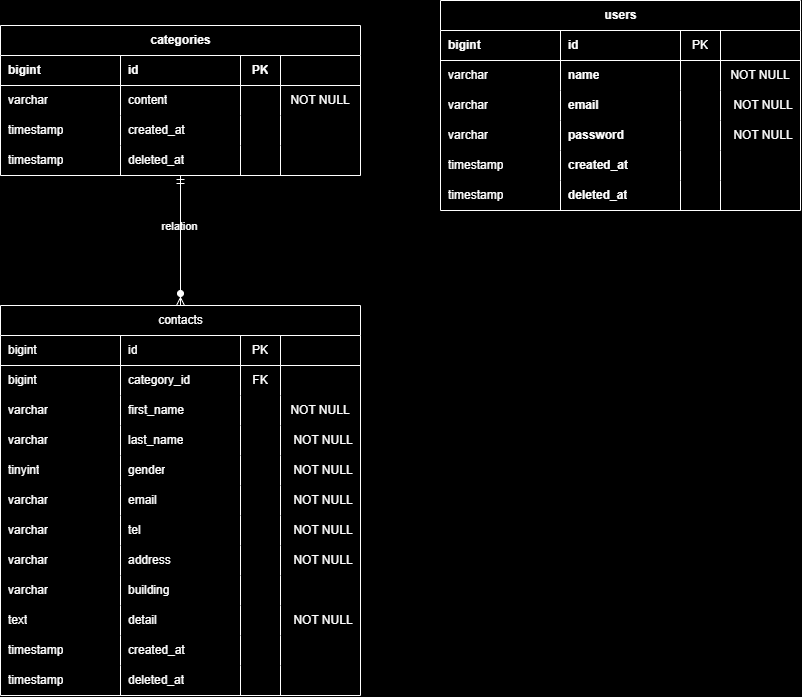
Above: index.png in shiro03shiro/test_contact-form (draw.io), before the change. Source tidied: cells renumbered, new cells last; positions are measured from the earlier drawing's top-left corner, leaving out a move shared by most shapes.
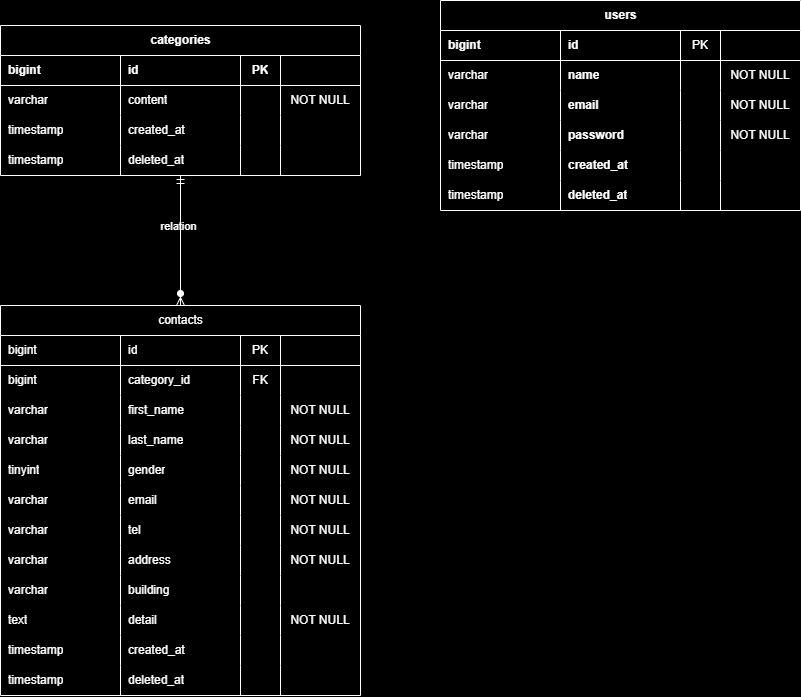
The same file after the commit.

Diff of the diagram source:
```diff
@@ -125,7 +125,7 @@
     <mxCell id="42" style="shape=partialRectangle;fillColor=none;top=0;left=0;bottom=0;right=0;align=center;spacingLeft=6;overflow=hidden;whiteSpace=wrap;html=1;strokeColor=#FFFFFF;verticalAlign=middle;swimlaneFillColor=none;fontColor=#FFFFFF;" parent="39" vertex="1">
       <mxGeometry x="240" width="40" height="30" as="geometry" />
     </mxCell>
-    <mxCell id="43" value="NOT NULL" style="shape=partialRectangle;fillColor=none;top=0;left=0;bottom=0;right=0;align=center;spacingLeft=6;overflow=hidden;whiteSpace=wrap;html=1;strokeColor=#FFFFFF;verticalAlign=middle;swimlaneFillColor=none;fontColor=#FFFFFF;" parent="39" vertex="1">
+    <mxCell id="43" value="NOT NULL" style="shape=partialRectangle;fillColor=none;top=0;left=0;bottom=0;right=0;align=center;spacingLeft=0;overflow=hidden;whiteSpace=wrap;html=1;strokeColor=#FFFFFF;verticalAlign=middle;swimlaneFillColor=none;fontColor=#FFFFFF;" parent="39" vertex="1">
       <mxGeometry x="280" width="80" height="30" as="geometry" />
     </mxCell>
     <mxCell id="44" style="shape=tableRow;horizontal=0;startSize=0;swimlaneHead=0;swimlaneBody=0;fillColor=none;top=0;left=0;right=0;bottom=0;strokeColor=#FFFFFF;align=center;verticalAlign=middle;swimlaneFillColor=none;fontColor=#FFFFFF;" parent="23" vertex="1">
@@ -140,7 +140,7 @@
     <mxCell id="47" style="shape=partialRectangle;fillColor=none;top=0;left=0;bottom=0;right=0;align=center;spacingLeft=6;overflow=hidden;whiteSpace=wrap;html=1;strokeColor=#FFFFFF;verticalAlign=middle;swimlaneFillColor=none;fontColor=#FFFFFF;" parent="44" vertex="1">
       <mxGeometry x="240" width="40" height="30" as="geometry" />
     </mxCell>
-    <mxCell id="48" value="NOT NULL" style="shape=partialRectangle;fillColor=none;top=0;left=0;bottom=0;right=0;align=center;spacingLeft=6;overflow=hidden;whiteSpace=wrap;html=1;strokeColor=#FFFFFF;verticalAlign=middle;swimlaneFillColor=none;fontColor=#FFFFFF;" parent="44" vertex="1">
+    <mxCell id="48" value="NOT NULL" style="shape=partialRectangle;fillColor=none;top=0;left=0;bottom=0;right=0;align=center;spacingLeft=0;overflow=hidden;whiteSpace=wrap;html=1;strokeColor=#FFFFFF;verticalAlign=middle;swimlaneFillColor=none;fontColor=#FFFFFF;" parent="44" vertex="1">
       <mxGeometry x="280" width="80" height="30" as="geometry" />
     </mxCell>
     <mxCell id="49" style="shape=tableRow;horizontal=0;startSize=0;swimlaneHead=0;swimlaneBody=0;fillColor=none;top=0;left=0;right=0;bottom=0;strokeColor=#FFFFFF;align=center;verticalAlign=middle;swimlaneFillColor=none;fontColor=#FFFFFF;" parent="23" vertex="1">
@@ -155,7 +155,7 @@
     <mxCell id="52" style="shape=partialRectangle;fillColor=none;top=0;left=0;bottom=0;right=0;align=center;spacingLeft=6;overflow=hidden;whiteSpace=wrap;html=1;strokeColor=#FFFFFF;verticalAlign=middle;swimlaneFillColor=none;fontColor=#FFFFFF;" parent="49" vertex="1">
       <mxGeometry x="240" width="40" height="30" as="geometry" />
     </mxCell>
-    <mxCell id="53" value="NOT NULL" style="shape=partialRectangle;fillColor=none;top=0;left=0;bottom=0;right=0;align=center;spacingLeft=6;overflow=hidden;whiteSpace=wrap;html=1;strokeColor=#FFFFFF;verticalAlign=middle;swimlaneFillColor=none;fontColor=#FFFFFF;" parent="49" vertex="1">
+    <mxCell id="53" value="NOT NULL" style="shape=partialRectangle;fillColor=none;top=0;left=0;bottom=0;right=0;align=center;spacingLeft=0;overflow=hidden;whiteSpace=wrap;html=1;strokeColor=#FFFFFF;verticalAlign=middle;swimlaneFillColor=none;fontColor=#FFFFFF;" parent="49" vertex="1">
       <mxGeometry x="280" width="80" height="30" as="geometry" />
     </mxCell>
     <mxCell id="54" style="shape=tableRow;horizontal=0;startSize=0;swimlaneHead=0;swimlaneBody=0;fillColor=none;top=0;left=0;right=0;bottom=0;strokeColor=#FFFFFF;align=center;verticalAlign=middle;swimlaneFillColor=none;fontColor=#FFFFFF;" parent="23" vertex="1">
@@ -170,7 +170,7 @@
     <mxCell id="57" style="shape=partialRectangle;fillColor=none;top=0;left=0;bottom=0;right=0;align=center;spacingLeft=6;overflow=hidden;whiteSpace=wrap;html=1;strokeColor=#FFFFFF;verticalAlign=middle;swimlaneFillColor=none;fontColor=#FFFFFF;" parent="54" vertex="1">
       <mxGeometry x="240" width="40" height="30" as="geometry" />
     </mxCell>
-    <mxCell id="58" value="NOT NULL" style="shape=partialRectangle;fillColor=none;top=0;left=0;bottom=0;right=0;align=center;spacingLeft=6;overflow=hidden;whiteSpace=wrap;html=1;strokeColor=#FFFFFF;verticalAlign=middle;swimlaneFillColor=none;fontColor=#FFFFFF;" parent="54" vertex="1">
+    <mxCell id="58" value="NOT NULL" style="shape=partialRectangle;fillColor=none;top=0;left=0;bottom=0;right=0;align=center;spacingLeft=0;overflow=hidden;whiteSpace=wrap;html=1;strokeColor=#FFFFFF;verticalAlign=middle;swimlaneFillColor=none;fontColor=#FFFFFF;" parent="54" vertex="1">
       <mxGeometry x="280" width="80" height="30" as="geometry" />
     </mxCell>
     <mxCell id="59" style="shape=tableRow;horizontal=0;startSize=0;swimlaneHead=0;swimlaneBody=0;fillColor=none;top=0;left=0;right=0;bottom=0;strokeColor=#FFFFFF;align=center;verticalAlign=middle;swimlaneFillColor=none;fontColor=#FFFFFF;" parent="23" vertex="1">
@@ -185,7 +185,7 @@
     <mxCell id="62" style="shape=partialRectangle;fillColor=none;top=0;left=0;bottom=0;right=0;align=center;spacingLeft=6;overflow=hidden;whiteSpace=wrap;html=1;strokeColor=#FFFFFF;verticalAlign=middle;swimlaneFillColor=none;fontColor=#FFFFFF;" parent="59" vertex="1">
       <mxGeometry x="240" width="40" height="30" as="geometry" />
     </mxCell>
-    <mxCell id="63" value="NOT NULL" style="shape=partialRectangle;fillColor=none;top=0;left=0;bottom=0;right=0;align=center;spacingLeft=6;overflow=hidden;whiteSpace=wrap;html=1;strokeColor=#FFFFFF;verticalAlign=middle;swimlaneFillColor=none;fontColor=#FFFFFF;" parent="59" vertex="1">
+    <mxCell id="63" value="NOT NULL" style="shape=partialRectangle;fillColor=none;top=0;left=0;bottom=0;right=0;align=center;spacingLeft=0;overflow=hidden;whiteSpace=wrap;html=1;strokeColor=#FFFFFF;verticalAlign=middle;swimlaneFillColor=none;fontColor=#FFFFFF;" parent="59" vertex="1">
       <mxGeometry x="280" width="80" height="30" as="geometry" />
     </mxCell>
     <mxCell id="64" style="shape=tableRow;horizontal=0;startSize=0;swimlaneHead=0;swimlaneBody=0;fillColor=none;top=0;left=0;right=0;bottom=0;strokeColor=#FFFFFF;align=center;verticalAlign=middle;swimlaneFillColor=none;fontColor=#FFFFFF;" parent="23" vertex="1">
@@ -200,7 +200,7 @@
     <mxCell id="67" style="shape=partialRectangle;fillColor=none;top=0;left=0;bottom=0;right=0;align=center;spacingLeft=6;overflow=hidden;whiteSpace=wrap;html=1;strokeColor=#FFFFFF;verticalAlign=middle;swimlaneFillColor=none;fontColor=#FFFFFF;" parent="64" vertex="1">
       <mxGeometry x="240" width="40" height="30" as="geometry" />
     </mxCell>
-    <mxCell id="68" style="shape=partialRectangle;fillColor=none;top=0;left=0;bottom=0;right=0;align=center;spacingLeft=6;overflow=hidden;whiteSpace=wrap;html=1;strokeColor=#FFFFFF;verticalAlign=middle;swimlaneFillColor=none;fontColor=#FFFFFF;" parent="64" vertex="1">
+    <mxCell id="68" style="shape=partialRectangle;fillColor=none;top=0;left=0;bottom=0;right=0;align=center;spacingLeft=0;overflow=hidden;whiteSpace=wrap;html=1;strokeColor=#FFFFFF;verticalAlign=middle;swimlaneFillColor=none;fontColor=#FFFFFF;" parent="64" vertex="1">
       <mxGeometry x="280" width="80" height="30" as="geometry" />
     </mxCell>
     <mxCell id="69" style="shape=tableRow;horizontal=0;startSize=0;swimlaneHead=0;swimlaneBody=0;fillColor=none;top=0;left=0;right=0;bottom=0;strokeColor=#FFFFFF;align=center;verticalAlign=middle;swimlaneFillColor=none;fontColor=#FFFFFF;" parent="23" vertex="1">
@@ -215,7 +215,7 @@
     <mxCell id="72" style="shape=partialRectangle;fillColor=none;top=0;left=0;bottom=0;right=0;align=center;spacingLeft=6;overflow=hidden;whiteSpace=wrap;html=1;strokeColor=#FFFFFF;verticalAlign=middle;swimlaneFillColor=none;fontColor=#FFFFFF;" parent="69" vertex="1">
       <mxGeometry x="240" width="40" height="30" as="geometry" />
     </mxCell>
-    <mxCell id="73" value="NOT NULL" style="shape=partialRectangle;fillColor=none;top=0;left=0;bottom=0;right=0;align=center;spacingLeft=6;overflow=hidden;whiteSpace=wrap;html=1;strokeColor=#FFFFFF;verticalAlign=middle;swimlaneFillColor=none;fontColor=#FFFFFF;" parent="69" vertex="1">
+    <mxCell id="73" value="NOT NULL" style="shape=partialRectangle;fillColor=none;top=0;left=0;bottom=0;right=0;align=center;spacingLeft=0;overflow=hidden;whiteSpace=wrap;html=1;strokeColor=#FFFFFF;verticalAlign=middle;swimlaneFillColor=none;fontColor=#FFFFFF;" parent="69" vertex="1">
       <mxGeometry x="280" width="80" height="30" as="geometry" />
     </mxCell>
     <mxCell id="74" style="shape=tableRow;horizontal=0;startSize=0;swimlaneHead=0;swimlaneBody=0;fillColor=none;top=0;left=0;right=0;bottom=0;strokeColor=#FFFFFF;align=center;verticalAlign=middle;swimlaneFillColor=none;fontColor=#FFFFFF;" parent="23" vertex="1">
@@ -230,7 +230,7 @@
     <mxCell id="77" style="shape=partialRectangle;fillColor=none;top=0;left=0;bottom=0;right=0;align=center;spacingLeft=6;overflow=hidden;whiteSpace=wrap;html=1;strokeColor=#FFFFFF;verticalAlign=middle;swimlaneFillColor=none;fontColor=#FFFFFF;" parent="74" vertex="1">
       <mxGeometry x="240" width="40" height="30" as="geometry" />
     </mxCell>
-    <mxCell id="78" style="shape=partialRectangle;fillColor=none;top=0;left=0;bottom=0;right=0;align=center;spacingLeft=6;overflow=hidden;whiteSpace=wrap;html=1;strokeColor=#FFFFFF;verticalAlign=middle;swimlaneFillColor=none;fontColor=#FFFFFF;" parent="74" vertex="1">
+    <mxCell id="78" style="shape=partialRectangle;fillColor=none;top=0;left=0;bottom=0;right=0;align=center;spacingLeft=0;overflow=hidden;whiteSpace=wrap;html=1;strokeColor=#FFFFFF;verticalAlign=middle;swimlaneFillColor=none;fontColor=#FFFFFF;" parent="74" vertex="1">
       <mxGeometry x="280" width="80" height="30" as="geometry" />
     </mxCell>
     <mxCell id="79" style="shape=tableRow;horizontal=0;startSize=0;swimlaneHead=0;swimlaneBody=0;fillColor=none;top=0;left=0;right=0;bottom=0;strokeColor=#FFFFFF;align=center;verticalAlign=middle;swimlaneFillColor=none;fontColor=#FFFFFF;" parent="23" vertex="1">
@@ -245,7 +245,7 @@
     <mxCell id="82" style="shape=partialRectangle;fillColor=none;top=0;left=0;bottom=0;right=0;align=center;spacingLeft=6;overflow=hidden;whiteSpace=wrap;html=1;strokeColor=#FFFFFF;verticalAlign=middle;swimlaneFillColor=none;fontColor=#FFFFFF;" parent="79" vertex="1">
       <mxGeometry x="240" width="40" height="30" as="geometry" />
     </mxCell>
-    <mxCell id="83" style="shape=partialRectangle;fillColor=none;top=0;left=0;bottom=0;right=0;align=center;spacingLeft=6;overflow=hidden;whiteSpace=wrap;html=1;strokeColor=#FFFFFF;verticalAlign=middle;swimlaneFillColor=none;fontColor=#FFFFFF;" parent="79" vertex="1">
+    <mxCell id="83" style="shape=partialRectangle;fillColor=none;top=0;left=0;bottom=0;right=0;align=center;spacingLeft=0;overflow=hidden;whiteSpace=wrap;html=1;strokeColor=#FFFFFF;verticalAlign=middle;swimlaneFillColor=none;fontColor=#FFFFFF;" parent="79" vertex="1">
       <mxGeometry x="280" width="80" height="30" as="geometry" />
     </mxCell>
     <mxCell id="84" value="text" style="shape=partialRectangle;fillColor=none;top=0;left=0;bottom=0;right=0;overflow=hidden;whiteSpace=wrap;html=1;align=left;spacingLeft=6;fontColor=#FFFFFF;" parent="1" vertex="1">
@@ -289,7 +289,7 @@
     <mxCell id="96" value="PK" style="shape=partialRectangle;fillColor=none;top=0;left=0;bottom=0;right=0;align=center;spacingLeft=0;overflow=hidden;whiteSpace=wrap;html=1;strokeColor=#FFFFFF;verticalAlign=middle;swimlaneFillColor=none;fontColor=#FFFFFF;" parent="93" vertex="1">
       <mxGeometry x="240" width="40" height="30" as="geometry" />
     </mxCell>
-    <mxCell id="97" style="shape=partialRectangle;fillColor=none;top=0;left=0;bottom=0;right=0;align=center;spacingLeft=6;overflow=hidden;whiteSpace=wrap;html=1;strokeColor=#FFFFFF;verticalAlign=middle;swimlaneFillColor=none;fontColor=#FFFFFF;" parent="93" vertex="1">
+    <mxCell id="97" style="shape=partialRectangle;fillColor=none;top=0;left=0;bottom=0;right=0;align=center;spacingLeft=0;overflow=hidden;whiteSpace=wrap;html=1;strokeColor=#FFFFFF;verticalAlign=middle;swimlaneFillColor=none;fontColor=#FFFFFF;" parent="93" vertex="1">
       <mxGeometry x="280" width="80" height="30" as="geometry" />
     </mxCell>
     <mxCell id="98" style="shape=tableRow;horizontal=0;startSize=0;swimlaneHead=0;swimlaneBody=0;fillColor=none;top=0;left=0;right=0;bottom=0;strokeColor=#FFFFFF;align=center;verticalAlign=middle;swimlaneFillColor=none;fontFamily=Helvetica;fontSize=12;fontColor=#FFFFFF;fontStyle=1;labelBorderColor=none;labelBackgroundColor=none;" parent="92" vertex="1">
@@ -319,7 +319,7 @@
     <mxCell id="106" style="shape=partialRectangle;fillColor=none;top=0;left=0;bottom=0;right=0;align=center;spacingLeft=6;overflow=hidden;whiteSpace=wrap;html=1;strokeColor=#FFFFFF;verticalAlign=middle;swimlaneFillColor=none;fontColor=#FFFFFF;" parent="103" vertex="1">
       <mxGeometry x="240" width="40" height="30" as="geometry" />
     </mxCell>
-    <mxCell id="107" value="NOT NULL" style="shape=partialRectangle;fillColor=none;top=0;left=0;bottom=0;right=0;align=center;spacingLeft=6;overflow=hidden;whiteSpace=wrap;html=1;strokeColor=#FFFFFF;verticalAlign=middle;swimlaneFillColor=none;fontColor=#FFFFFF;" parent="103" vertex="1">
+    <mxCell id="107" value="NOT NULL" style="shape=partialRectangle;fillColor=none;top=0;left=0;bottom=0;right=0;align=center;spacingLeft=0;overflow=hidden;whiteSpace=wrap;html=1;strokeColor=#FFFFFF;verticalAlign=middle;swimlaneFillColor=none;fontColor=#FFFFFF;" parent="103" vertex="1">
       <mxGeometry x="280" width="80" height="30" as="geometry" />
     </mxCell>
     <mxCell id="108" style="shape=tableRow;horizontal=0;startSize=0;swimlaneHead=0;swimlaneBody=0;fillColor=none;top=0;left=0;right=0;bottom=0;strokeColor=#FFFFFF;align=center;verticalAlign=middle;swimlaneFillColor=none;fontFamily=Helvetica;fontSize=12;fontColor=#FFFFFF;fontStyle=1;labelBorderColor=none;labelBackgroundColor=none;" parent="92" vertex="1">
@@ -334,7 +334,7 @@
     <mxCell id="111" style="shape=partialRectangle;fillColor=none;top=0;left=0;bottom=0;right=0;align=center;spacingLeft=6;overflow=hidden;whiteSpace=wrap;html=1;strokeColor=#FFFFFF;verticalAlign=middle;swimlaneFillColor=none;fontColor=#FFFFFF;" parent="108" vertex="1">
       <mxGeometry x="240" width="40" height="30" as="geometry" />
     </mxCell>
-    <mxCell id="112" value="NOT NULL" style="shape=partialRectangle;fillColor=none;top=0;left=0;bottom=0;right=0;align=center;spacingLeft=6;overflow=hidden;whiteSpace=wrap;html=1;strokeColor=#FFFFFF;verticalAlign=middle;swimlaneFillColor=none;fontColor=#FFFFFF;" parent="108" vertex="1">
+    <mxCell id="112" value="NOT NULL" style="shape=partialRectangle;fillColor=none;top=0;left=0;bottom=0;right=0;align=center;spacingLeft=0;overflow=hidden;whiteSpace=wrap;html=1;strokeColor=#FFFFFF;verticalAlign=middle;swimlaneFillColor=none;fontColor=#FFFFFF;" parent="108" vertex="1">
       <mxGeometry x="280" width="80" height="30" as="geometry" />
     </mxCell>
     <mxCell id="113" style="shape=tableRow;horizontal=0;startSize=0;swimlaneHead=0;swimlaneBody=0;fillColor=none;top=0;left=0;right=0;bottom=0;strokeColor=#FFFFFF;align=center;verticalAlign=middle;swimlaneFillColor=none;fontFamily=Helvetica;fontSize=12;fontColor=#FFFFFF;fontStyle=1;labelBorderColor=none;labelBackgroundColor=none;" parent="92" vertex="1">
@@ -349,7 +349,7 @@
     <mxCell id="116" style="shape=partialRectangle;fillColor=none;top=0;left=0;bottom=0;right=0;align=center;spacingLeft=6;overflow=hidden;whiteSpace=wrap;html=1;strokeColor=#FFFFFF;verticalAlign=middle;swimlaneFillColor=none;fontColor=#FFFFFF;" parent="113" vertex="1">
       <mxGeometry x="240" width="40" height="30" as="geometry" />
     </mxCell>
-    <mxCell id="117" style="shape=partialRectangle;fillColor=none;top=0;left=0;bottom=0;right=0;align=center;spacingLeft=6;overflow=hidden;whiteSpace=wrap;html=1;strokeColor=#FFFFFF;verticalAlign=middle;swimlaneFillColor=none;fontColor=#FFFFFF;" parent="113" vertex="1">
+    <mxCell id="117" style="shape=partialRectangle;fillColor=none;top=0;left=0;bottom=0;right=0;align=center;spacingLeft=0;overflow=hidden;whiteSpace=wrap;html=1;strokeColor=#FFFFFF;verticalAlign=middle;swimlaneFillColor=none;fontColor=#FFFFFF;" parent="113" vertex="1">
       <mxGeometry x="280" width="80" height="30" as="geometry" />
     </mxCell>
     <mxCell id="118" style="shape=tableRow;horizontal=0;startSize=0;swimlaneHead=0;swimlaneBody=0;fillColor=none;top=0;left=0;right=0;bottom=0;strokeColor=#FFFFFF;align=center;verticalAlign=middle;swimlaneFillColor=none;fontFamily=Helvetica;fontSize=12;fontColor=#FFFFFF;fontStyle=1;labelBorderColor=none;labelBackgroundColor=none;" parent="92" vertex="1">
@@ -364,7 +364,7 @@
     <mxCell id="121" style="shape=partialRectangle;fillColor=none;top=0;left=0;bottom=0;right=0;align=center;spacingLeft=6;overflow=hidden;whiteSpace=wrap;html=1;strokeColor=#FFFFFF;verticalAlign=middle;swimlaneFillColor=none;fontColor=#FFFFFF;" parent="118" vertex="1">
       <mxGeometry x="240" width="40" height="30" as="geometry" />
     </mxCell>
-    <mxCell id="122" style="shape=partialRectangle;fillColor=none;top=0;left=0;bottom=0;right=0;align=center;spacingLeft=6;overflow=hidden;whiteSpace=wrap;html=1;strokeColor=#FFFFFF;verticalAlign=middle;swimlaneFillColor=none;fontColor=#FFFFFF;" parent="118" vertex="1">
+    <mxCell id="122" style="shape=partialRectangle;fillColor=none;top=0;left=0;bottom=0;right=0;align=center;spacingLeft=0;overflow=hidden;whiteSpace=wrap;html=1;strokeColor=#FFFFFF;verticalAlign=middle;swimlaneFillColor=none;fontColor=#FFFFFF;" parent="118" vertex="1">
       <mxGeometry x="280" width="80" height="30" as="geometry" />
     </mxCell>
   </root>
```
